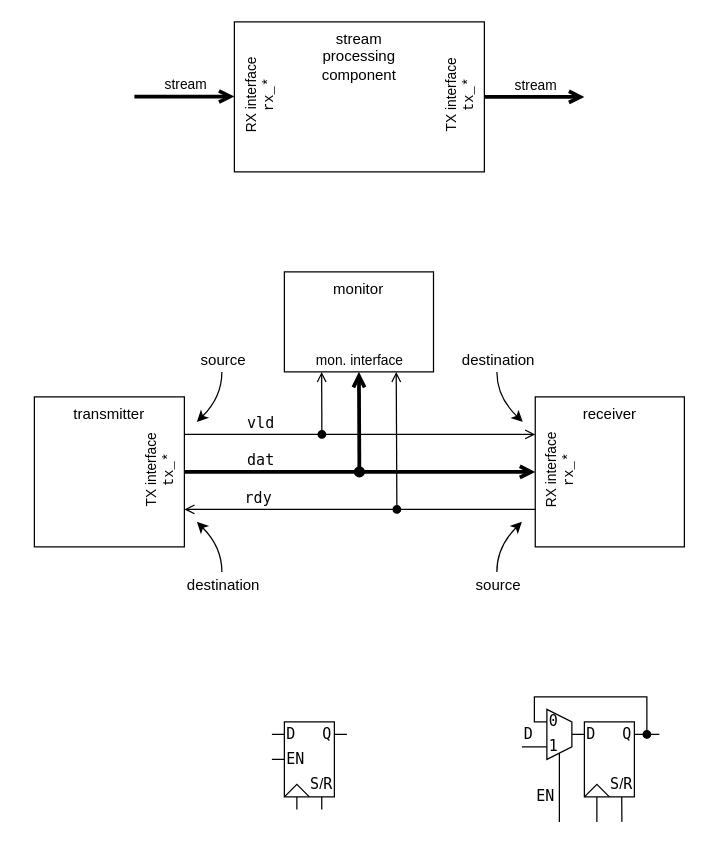
The draw.io diagram doc/handshake/stream.drawio in jeras/synthesis-primitives, before the edit. Source tidied: cells renumbered, new cells numbered last; positions are measured from the earlier drawing's top-left corner, leaving out a move shared by most shapes. Both pictures are drawn from the tidied source at 125%, with x=0, y=0 at pixel (34, 21).
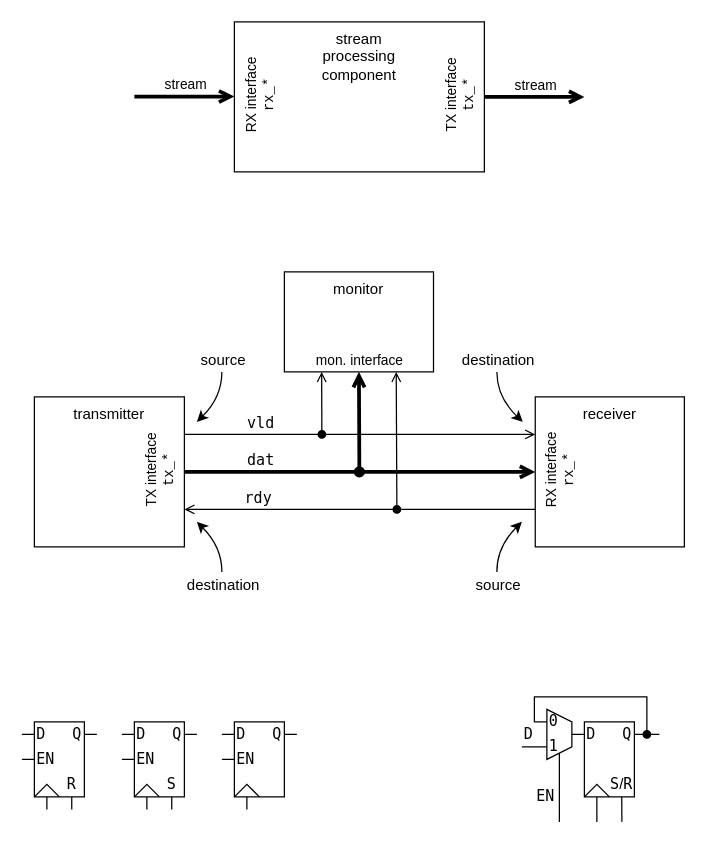
Above is the later version.

Unchanged cells that the change refers to:
```xml
<mxCell id="36" value="Q" style="text;html=1;strokeColor=none;fillColor=none;align=right;verticalAlign=middle;whiteSpace=wrap;rounded=0;fontFamily=monospace;" parent="33" vertex="1">
  <mxGeometry x="20" width="20" height="20" as="geometry" />
</mxCell>
```

Diff of the diagram source:
```diff
@@
     <mxCell id="33" style="group;fontFamily=monospace;" parent="1" vertex="1">
-      <mxGeometry x="200" y="560" width="40" height="60" as="geometry" />
+      <mxGeometry y="560" width="40" height="60" as="geometry" />
     </mxCell>
@@
-    <mxCell id="39" value="&lt;p&gt;S&lt;font face=&quot;Helvetica&quot;&gt;/&lt;/font&gt;R&lt;/p&gt;" style="text;html=1;strokeColor=none;fillColor=none;align=center;verticalAlign=middle;whiteSpace=wrap;rounded=0;fontFamily=monospace;" parent="33" vertex="1">
+    <mxCell id="39" value="&lt;p&gt;R&lt;/p&gt;" style="text;html=1;strokeColor=none;fillColor=none;align=center;verticalAlign=middle;whiteSpace=wrap;rounded=0;fontFamily=monospace;" parent="33" vertex="1">
       <mxGeometry x="20" y="40" width="20" height="20" as="geometry" />
     </mxCell>
@@
     <mxCell id="41" style="edgeStyle=orthogonalEdgeStyle;rounded=0;jettySize=auto;html=1;endArrow=none;endFill=0;exitX=1;exitY=0.5;exitDx=0;exitDy=0;fontFamily=monospace;" parent="1" edge="1" source="36">
       <mxGeometry relative="1" as="geometry">
-        <mxPoint x="250" y="570" as="targetPoint" />
+        <mxPoint x="50" y="570" as="targetPoint" />
       </mxGeometry>
     </mxCell>
     <mxCell id="42" style="edgeStyle=orthogonalEdgeStyle;rounded=0;orthogonalLoop=1;jettySize=auto;html=1;endArrow=none;endFill=0;exitX=1;exitY=0.5;exitDx=0;exitDy=0;fontFamily=monospace;" parent="1" edge="1">
       <mxGeometry relative="1" as="geometry">
-        <mxPoint x="190" y="570" as="sourcePoint" />
-        <mxPoint x="200" y="570" as="targetPoint" />
+        <mxPoint x="-10" y="570" as="sourcePoint" />
+        <mxPoint y="570" as="targetPoint" />
       </mxGeometry>
     </mxCell>
     <mxCell id="43" style="edgeStyle=orthogonalEdgeStyle;rounded=0;orthogonalLoop=1;jettySize=auto;html=1;endArrow=none;endFill=0;exitX=1;exitY=0.5;exitDx=0;exitDy=0;fontFamily=monospace;" parent="1" edge="1">
       <mxGeometry relative="1" as="geometry">
-        <mxPoint x="190" y="590" as="sourcePoint" />
-        <mxPoint x="200" y="590" as="targetPoint" />
+        <mxPoint x="-10" y="590" as="sourcePoint" />
+        <mxPoint y="590" as="targetPoint" />
       </mxGeometry>
     </mxCell>
     <mxCell id="44" style="edgeStyle=orthogonalEdgeStyle;rounded=0;orthogonalLoop=1;jettySize=auto;html=1;endArrow=none;endFill=0;fontFamily=monospace;" parent="1" edge="1">
       <mxGeometry relative="1" as="geometry">
-        <mxPoint x="210" y="630" as="sourcePoint" />
-        <mxPoint x="210" y="620" as="targetPoint" />
+        <mxPoint x="10" y="630" as="sourcePoint" />
+        <mxPoint x="10" y="620" as="targetPoint" />
       </mxGeometry>
     </mxCell>
@@
+    <mxCell id="62" style="group;fontFamily=monospace;" parent="1" vertex="1">
+      <mxGeometry x="80" y="560" width="40" height="60" as="geometry" />
+    </mxCell>
+    <mxCell id="63" style="rounded=0;whiteSpace=wrap;html=1;fontFamily=monospace;" parent="62" vertex="1">
+      <mxGeometry width="40" height="60" as="geometry" />
+    </mxCell>
+    <mxCell id="64" value="D" style="text;html=1;strokeColor=none;fillColor=none;align=left;verticalAlign=middle;whiteSpace=wrap;rounded=0;fontFamily=monospace;" parent="62" vertex="1">
+      <mxGeometry width="20" height="20" as="geometry" />
+    </mxCell>
+    <mxCell id="65" value="Q" style="text;html=1;strokeColor=none;fillColor=none;align=right;verticalAlign=middle;whiteSpace=wrap;rounded=0;fontFamily=monospace;" parent="62" vertex="1">
+      <mxGeometry x="20" width="20" height="20" as="geometry" />
+    </mxCell>
+    <mxCell id="66" style="endArrow=none;html=1;rounded=0;fontFamily=monospace;" parent="62" edge="1">
+      <mxGeometry relative="1" as="geometry">
+        <mxPoint y="60" as="sourcePoint" />
+        <mxPoint x="20" y="60" as="targetPoint" />
+        <Array as="points">
+          <mxPoint x="10" y="50" />
+        </Array>
+      </mxGeometry>
+    </mxCell>
+    <mxCell id="67" value="EN" style="text;html=1;strokeColor=none;fillColor=none;align=left;verticalAlign=middle;whiteSpace=wrap;rounded=0;fontFamily=monospace;" parent="62" vertex="1">
+      <mxGeometry y="20" width="20" height="20" as="geometry" />
+    </mxCell>
+    <mxCell id="68" value="&lt;p&gt;S&lt;/p&gt;" style="text;html=1;strokeColor=none;fillColor=none;align=center;verticalAlign=middle;whiteSpace=wrap;rounded=0;fontFamily=monospace;" parent="62" vertex="1">
+      <mxGeometry x="20" y="40" width="20" height="20" as="geometry" />
+    </mxCell>
+    <mxCell id="69" style="edgeStyle=orthogonalEdgeStyle;rounded=0;orthogonalLoop=1;jettySize=auto;html=1;endArrow=none;endFill=0;fontFamily=monospace;" parent="62" edge="1">
+      <mxGeometry relative="1" as="geometry">
+        <mxPoint x="29.9" y="70" as="sourcePoint" />
+        <mxPoint x="29.9" y="60" as="targetPoint" />
+      </mxGeometry>
+    </mxCell>
+    <mxCell id="70" style="edgeStyle=orthogonalEdgeStyle;rounded=0;jettySize=auto;html=1;endArrow=none;endFill=0;exitX=1;exitY=0.5;exitDx=0;exitDy=0;fontFamily=monospace;" parent="1" edge="1" source="65">
+      <mxGeometry relative="1" as="geometry">
+        <mxPoint x="130" y="570" as="targetPoint" />
+      </mxGeometry>
+    </mxCell>
+    <mxCell id="71" style="edgeStyle=orthogonalEdgeStyle;rounded=0;orthogonalLoop=1;jettySize=auto;html=1;endArrow=none;endFill=0;exitX=1;exitY=0.5;exitDx=0;exitDy=0;fontFamily=monospace;" parent="1" edge="1">
+      <mxGeometry relative="1" as="geometry">
+        <mxPoint x="70" y="570" as="sourcePoint" />
+        <mxPoint x="80" y="570" as="targetPoint" />
+      </mxGeometry>
+    </mxCell>
+    <mxCell id="72" style="edgeStyle=orthogonalEdgeStyle;rounded=0;orthogonalLoop=1;jettySize=auto;html=1;endArrow=none;endFill=0;exitX=1;exitY=0.5;exitDx=0;exitDy=0;fontFamily=monospace;" parent="1" edge="1">
+      <mxGeometry relative="1" as="geometry">
+        <mxPoint x="70" y="590" as="sourcePoint" />
+        <mxPoint x="80" y="590" as="targetPoint" />
+      </mxGeometry>
+    </mxCell>
+    <mxCell id="73" style="edgeStyle=orthogonalEdgeStyle;rounded=0;orthogonalLoop=1;jettySize=auto;html=1;endArrow=none;endFill=0;fontFamily=monospace;" parent="1" edge="1">
+      <mxGeometry relative="1" as="geometry">
+        <mxPoint x="90" y="630" as="sourcePoint" />
+        <mxPoint x="90" y="620" as="targetPoint" />
+      </mxGeometry>
+    </mxCell>
+    <mxCell id="74" style="group;fontFamily=monospace;" parent="1" vertex="1">
+      <mxGeometry x="160" y="560" width="40" height="60" as="geometry" />
+    </mxCell>
+    <mxCell id="75" style="rounded=0;whiteSpace=wrap;html=1;fontFamily=monospace;" parent="74" vertex="1">
+      <mxGeometry width="40" height="60" as="geometry" />
+    </mxCell>
+    <mxCell id="76" value="D" style="text;html=1;strokeColor=none;fillColor=none;align=left;verticalAlign=middle;whiteSpace=wrap;rounded=0;fontFamily=monospace;" parent="74" vertex="1">
+      <mxGeometry width="20" height="20" as="geometry" />
+    </mxCell>
+    <mxCell id="77" value="Q" style="text;html=1;strokeColor=none;fillColor=none;align=right;verticalAlign=middle;whiteSpace=wrap;rounded=0;fontFamily=monospace;" parent="74" vertex="1">
+      <mxGeometry x="20" width="20" height="20" as="geometry" />
+    </mxCell>
+    <mxCell id="78" style="endArrow=none;html=1;rounded=0;fontFamily=monospace;" parent="74" edge="1">
+      <mxGeometry relative="1" as="geometry">
+        <mxPoint y="60" as="sourcePoint" />
+        <mxPoint x="20" y="60" as="targetPoint" />
+        <Array as="points">
+          <mxPoint x="10" y="50" />
+        </Array>
+      </mxGeometry>
+    </mxCell>
+    <mxCell id="79" value="EN" style="text;html=1;strokeColor=none;fillColor=none;align=left;verticalAlign=middle;whiteSpace=wrap;rounded=0;fontFamily=monospace;" parent="74" vertex="1">
+      <mxGeometry y="20" width="20" height="20" as="geometry" />
+    </mxCell>
+    <mxCell id="80" style="edgeStyle=orthogonalEdgeStyle;rounded=0;jettySize=auto;html=1;endArrow=none;endFill=0;exitX=1;exitY=0.5;exitDx=0;exitDy=0;fontFamily=monospace;" parent="1" edge="1" source="77">
+      <mxGeometry relative="1" as="geometry">
+        <mxPoint x="210" y="570" as="targetPoint" />
+      </mxGeometry>
+    </mxCell>
+    <mxCell id="81" style="edgeStyle=orthogonalEdgeStyle;rounded=0;orthogonalLoop=1;jettySize=auto;html=1;endArrow=none;endFill=0;exitX=1;exitY=0.5;exitDx=0;exitDy=0;fontFamily=monospace;" parent="1" edge="1">
+      <mxGeometry relative="1" as="geometry">
+        <mxPoint x="150" y="570" as="sourcePoint" />
+        <mxPoint x="160" y="570" as="targetPoint" />
+      </mxGeometry>
+    </mxCell>
+    <mxCell id="82" style="edgeStyle=orthogonalEdgeStyle;rounded=0;orthogonalLoop=1;jettySize=auto;html=1;endArrow=none;endFill=0;exitX=1;exitY=0.5;exitDx=0;exitDy=0;fontFamily=monospace;" parent="1" edge="1">
+      <mxGeometry relative="1" as="geometry">
+        <mxPoint x="150" y="590" as="sourcePoint" />
+        <mxPoint x="160" y="590" as="targetPoint" />
+      </mxGeometry>
+    </mxCell>
+    <mxCell id="83" style="edgeStyle=orthogonalEdgeStyle;rounded=0;orthogonalLoop=1;jettySize=auto;html=1;endArrow=none;endFill=0;fontFamily=monospace;" parent="1" edge="1">
+      <mxGeometry relative="1" as="geometry">
+        <mxPoint x="170" y="630" as="sourcePoint" />
+        <mxPoint x="170" y="620" as="targetPoint" />
+      </mxGeometry>
+    </mxCell>
```
